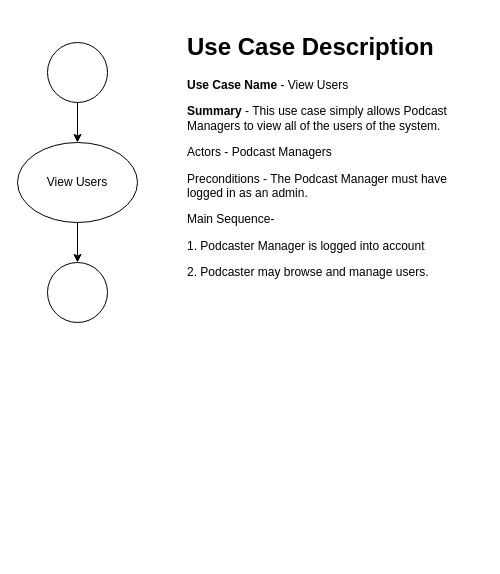
Above: view_users_activity.drawio in Glizzus/COMP-3700 (draw.io), before the change. Source tidied: cells renumbered, new cells numbered last; positions are measured from the earlier drawing's top-left corner, leaving out a move shared by most shapes. Both pictures are drawn from the tidied source at 100%, with x=0, y=0 at pixel (17, 27).
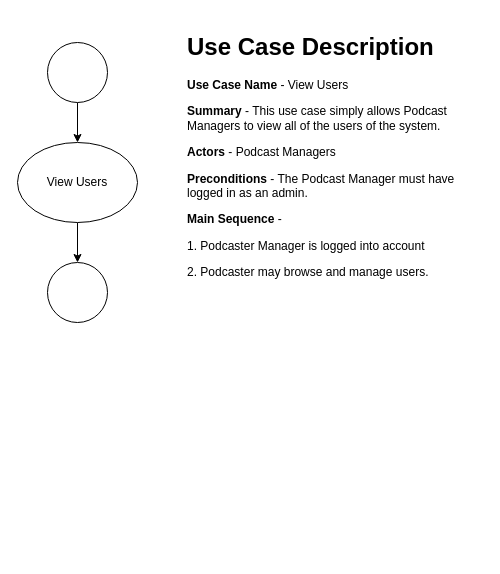
The same diagram, later.

The edit, as a diff of the source:
```diff
@@
 <mxGraphModel>
   <root>
     <mxCell id="0" />
     <mxCell id="1" parent="0" />
     <mxCell id="2" style="edgeStyle=orthogonalEdgeStyle;rounded=0;jettySize=auto;html=1;entryX=0.5;entryY=0;entryDx=0;entryDy=0;" parent="1" edge="1" source="3" target="5">
       <mxGeometry relative="1" as="geometry" />
     </mxCell>
     <mxCell id="3" style="ellipse;whiteSpace=wrap;html=1;" parent="1" vertex="1">
       <mxGeometry x="30" y="15" width="60" height="60" as="geometry" />
     </mxCell>
     <mxCell id="4" style="edgeStyle=orthogonalEdgeStyle;rounded=0;jettySize=auto;html=1;entryX=0.5;entryY=0;entryDx=0;entryDy=0;" parent="1" edge="1" source="5" target="7">
       <mxGeometry relative="1" as="geometry" />
     </mxCell>
     <mxCell id="5" value="View Users" style="ellipse;whiteSpace=wrap;html=1;" parent="1" vertex="1">
       <mxGeometry y="115" width="120" height="80" as="geometry" />
     </mxCell>
-    <mxCell id="6" value="&lt;h1&gt;Use Case Description&lt;/h1&gt;&lt;p&gt;&lt;b&gt;Use Case Name&amp;nbsp;&lt;/b&gt;- View Users&lt;/p&gt;&lt;p&gt;&lt;b&gt;Summary&amp;nbsp;&lt;/b&gt;- This use case simply allows Podcast Managers to view all of the users of the system.&lt;/p&gt;&lt;p&gt;Actors - Podcast Managers&lt;/p&gt;&lt;p&gt;Preconditions - The Podcast Manager must have logged in as an admin.&lt;/p&gt;&lt;p&gt;Main Sequence-&amp;nbsp;&lt;/p&gt;&lt;p&gt;1. Podcaster Manager is logged into account&lt;/p&gt;&lt;p&gt;2. Podcaster may browse and manage users.&lt;/p&gt;&lt;p&gt;&lt;br&gt;&lt;/p&gt;" style="text;html=1;strokeColor=none;fillColor=none;spacing=5;spacingTop=-20;whiteSpace=wrap;overflow=hidden;rounded=0;" parent="1" vertex="1">
+    <mxCell id="6" value="&lt;h1&gt;Use Case Description&lt;/h1&gt;&lt;p&gt;&lt;b&gt;Use Case Name&amp;nbsp;&lt;/b&gt;- View Users&lt;/p&gt;&lt;p&gt;&lt;b&gt;Summary&amp;nbsp;&lt;/b&gt;- This use case simply allows Podcast Managers to view all of the users of the system.&lt;/p&gt;&lt;p&gt;&lt;b&gt;Actors&lt;/b&gt; - Podcast Managers&lt;/p&gt;&lt;p&gt;&lt;b&gt;Preconditions&lt;/b&gt; - The Podcast Manager must have logged in as an admin.&lt;/p&gt;&lt;p&gt;&lt;b&gt;Main Sequence&lt;/b&gt; -&amp;nbsp;&lt;/p&gt;&lt;p&gt;1. Podcaster Manager is logged into account&lt;/p&gt;&lt;p&gt;2. Podcaster may browse and manage users.&lt;/p&gt;&lt;p&gt;&lt;br&gt;&lt;/p&gt;" style="text;html=1;strokeColor=none;fillColor=none;spacing=5;spacingTop=-20;whiteSpace=wrap;overflow=hidden;rounded=0;" parent="1" vertex="1">
       <mxGeometry x="165" width="300" height="530" as="geometry" />
     </mxCell>
     <mxCell id="7" style="ellipse;whiteSpace=wrap;html=1;" parent="1" vertex="1">
       <mxGeometry x="30" y="235" width="60" height="60" as="geometry" />
     </mxCell>
   </root>
 </mxGraphModel>
```
